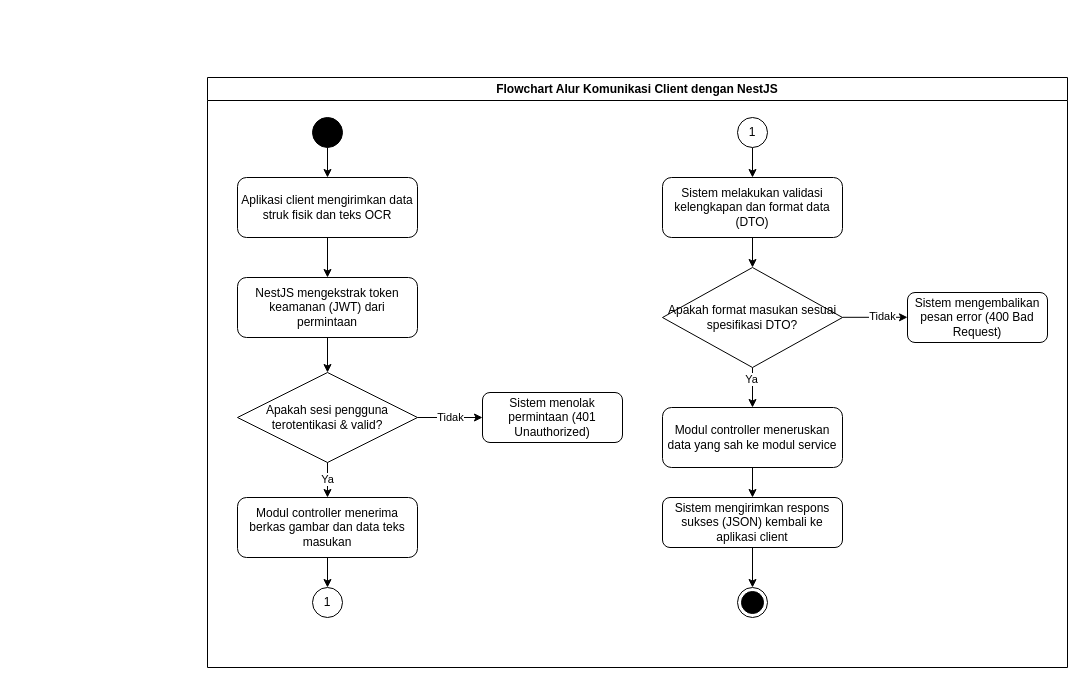
Above: docs/analisis-nest-js/flowchart-komunikasi-client.drawio in randy-ar/snap-notes-docs (draw.io), before the change. Source tidied: cells renumbered, new cells numbered last; positions are measured from the earlier drawing's top-left corner, leaving out a move shared by most shapes. Both pictures are drawn from the tidied source at 100%, with x=0, y=0 at pixel (207, 77).
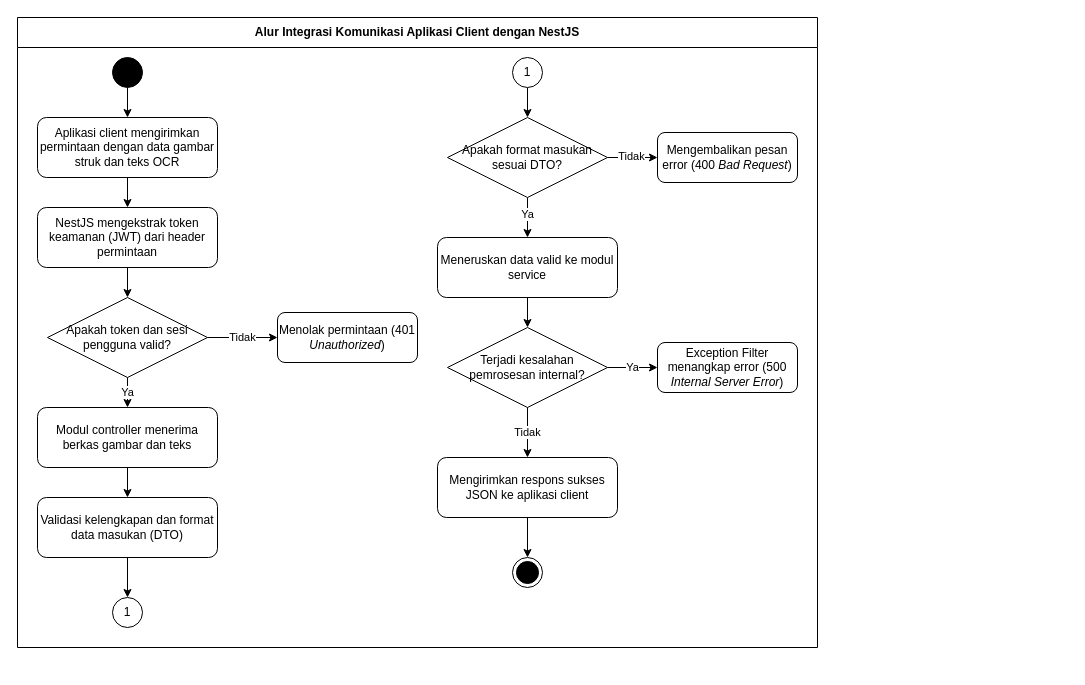
Above is the later version.

Commit message (it also covers changes not shown here):
docs: update NestJS analysis documentation and add supporting flowcharts

Change to the diagram source:
```diff
@@
-    <mxCell id="2" value="Flowchart Alur Komunikasi Client dengan NestJS" style="swimlane;whiteSpace=wrap;html=1;" parent="1" vertex="1">
-      <mxGeometry width="860" height="590" as="geometry" />
-    </mxCell>
-    <mxCell id="3" style="ellipse;fillColor=strokeColor;html=1;" parent="2" vertex="1">
-      <mxGeometry x="105" y="40" width="30" height="30" as="geometry" />
-    </mxCell>
-    <mxCell id="4" value="Aplikasi client mengirimkan data struk fisik dan teks OCR" style="rounded=1;whiteSpace=wrap;html=1;" parent="2" vertex="1">
-      <mxGeometry x="30" y="100" width="180" height="60" as="geometry" />
-    </mxCell>
-    <mxCell id="5" value="NestJS mengekstrak token keamanan (JWT) dari permintaan" style="rounded=1;whiteSpace=wrap;html=1;" parent="2" vertex="1">
-      <mxGeometry x="30" y="200" width="180" height="60" as="geometry" />
-    </mxCell>
-    <mxCell id="6" value="Apakah sesi pengguna terotentikasi &amp;amp; valid?" style="rhombus;whiteSpace=wrap;html=1;" parent="2" vertex="1">
-      <mxGeometry x="30" y="295" width="180" height="90" as="geometry" />
-    </mxCell>
-    <mxCell id="7" value="Sistem menolak permintaan (401 Unauthorized)" style="rounded=1;whiteSpace=wrap;html=1;" parent="2" vertex="1">
-      <mxGeometry x="275" y="315" width="140" height="50" as="geometry" />
-    </mxCell>
-    <mxCell id="8" value="Modul controller menerima berkas gambar dan data teks masukan" style="rounded=1;whiteSpace=wrap;html=1;" parent="2" vertex="1">
-      <mxGeometry x="30" y="420" width="180" height="60" as="geometry" />
-    </mxCell>
-    <mxCell id="9" style="edgeStyle=orthogonalEdgeStyle;rounded=0;jettySize=auto;html=1;" parent="2" edge="1" source="3" target="4">
-      <mxGeometry relative="1" as="geometry" />
-    </mxCell>
-    <mxCell id="10" style="edgeStyle=orthogonalEdgeStyle;rounded=0;jettySize=auto;html=1;" parent="2" edge="1" source="4" target="5">
-      <mxGeometry relative="1" as="geometry" />
-    </mxCell>
-    <mxCell id="11" style="edgeStyle=orthogonalEdgeStyle;rounded=0;jettySize=auto;html=1;" parent="2" edge="1" source="5" target="6">
-      <mxGeometry relative="1" as="geometry" />
-    </mxCell>
-    <mxCell id="12" value="Tidak" style="edgeStyle=orthogonalEdgeStyle;rounded=0;jettySize=auto;html=1;exitX=1;exitY=0.5;exitDx=0;exitDy=0;" parent="2" edge="1" source="6" target="7">
-      <mxGeometry relative="1" as="geometry" />
-    </mxCell>
-    <mxCell id="13" value="Ya" style="edgeStyle=orthogonalEdgeStyle;rounded=0;jettySize=auto;html=1;exitX=0.5;exitY=1;exitDx=0;exitDy=0;" parent="2" edge="1" source="6" target="8">
-      <mxGeometry relative="1" as="geometry" />
-    </mxCell>
-    <mxCell id="14" style="edgeStyle=orthogonalEdgeStyle;rounded=0;orthogonalLoop=1;jettySize=auto;html=1;" parent="2" edge="1">
-      <mxGeometry relative="1" as="geometry">
-        <mxPoint x="275" y="580" as="sourcePoint" />
-      </mxGeometry>
-    </mxCell>
-    <mxCell id="15" value="Tidak" style="edgeStyle=orthogonalEdgeStyle;rounded=0;orthogonalLoop=1;jettySize=auto;html=1;exitX=1;exitY=0.5;exitDx=0;exitDy=0;" parent="2" edge="1">
-      <mxGeometry relative="1" as="geometry">
-        <mxPoint x="365" y="660" as="sourcePoint" />
-      </mxGeometry>
-    </mxCell>
-    <mxCell id="16" value="Ya" style="edgeStyle=orthogonalEdgeStyle;rounded=0;orthogonalLoop=1;jettySize=auto;html=1;exitX=0.5;exitY=1;exitDx=0;exitDy=0;" parent="2" edge="1">
-      <mxGeometry relative="1" as="geometry">
-        <mxPoint x="275" y="710" as="sourcePoint" />
-      </mxGeometry>
-    </mxCell>
-    <mxCell id="17" style="edgeStyle=orthogonalEdgeStyle;rounded=0;orthogonalLoop=1;jettySize=auto;html=1;" parent="2" edge="1">
-      <mxGeometry relative="1" as="geometry">
-        <mxPoint x="275" y="810" as="sourcePoint" />
-      </mxGeometry>
-    </mxCell>
-    <mxCell id="18" style="edgeStyle=orthogonalEdgeStyle;rounded=0;orthogonalLoop=1;jettySize=auto;html=1;" parent="2" edge="1">
-      <mxGeometry relative="1" as="geometry">
-        <mxPoint x="275" y="890" as="sourcePoint" />
-      </mxGeometry>
-    </mxCell>
-    <mxCell id="19" style="edgeStyle=orthogonalEdgeStyle;rounded=0;jettySize=auto;html=1;" parent="2" edge="1" source="20" target="25">
-      <mxGeometry relative="1" as="geometry" />
-    </mxCell>
-    <mxCell id="20" value="Sistem melakukan validasi kelengkapan dan format data (DTO)" style="rounded=1;whiteSpace=wrap;html=1;" parent="2" vertex="1">
-      <mxGeometry x="455" y="100" width="180" height="60" as="geometry" />
-    </mxCell>
-    <mxCell id="21" style="edgeStyle=orthogonalEdgeStyle;rounded=0;jettySize=auto;html=1;" parent="2" edge="1" source="25" target="28">
-      <mxGeometry relative="1" as="geometry" />
-    </mxCell>
+    <mxCell id="36" value="Alur Integrasi Komunikasi Aplikasi Client dengan NestJS" style="swimlane;whiteSpace=wrap;html=1;startSize=30;" parent="1" vertex="1">
+      <mxGeometry x="-190" y="-60" width="800" height="630" as="geometry" />
+    </mxCell>
+    <mxCell id="37" style="ellipse;fillColor=strokeColor;html=1;" parent="36" vertex="1">
+      <mxGeometry x="95" y="40" width="30" height="30" as="geometry" />
+    </mxCell>
+    <mxCell id="38" value="Aplikasi client mengirimkan permintaan dengan data gambar struk dan teks OCR" style="rounded=1;whiteSpace=wrap;html=1;" parent="36" vertex="1">
+      <mxGeometry x="20" y="100" width="180" height="60" as="geometry" />
+    </mxCell>
+    <mxCell id="39" value="NestJS mengekstrak token keamanan (JWT) dari header permintaan" style="rounded=1;whiteSpace=wrap;html=1;" parent="36" vertex="1">
+      <mxGeometry x="20" y="190" width="180" height="60" as="geometry" />
+    </mxCell>
+    <mxCell id="40" value="Apakah token dan sesi pengguna valid?" style="rhombus;whiteSpace=wrap;html=1;" parent="36" vertex="1">
+      <mxGeometry x="30" y="280" width="160" height="80" as="geometry" />
+    </mxCell>
+    <mxCell id="41" value="Menolak permintaan (401 &lt;i&gt;Unauthorized&lt;/i&gt;)" style="rounded=1;whiteSpace=wrap;html=1;" parent="36" vertex="1">
+      <mxGeometry x="260" y="295" width="140" height="50" as="geometry" />
+    </mxCell>
+    <mxCell id="42" value="Modul controller menerima berkas gambar dan teks" style="rounded=1;whiteSpace=wrap;html=1;" parent="36" vertex="1">
+      <mxGeometry x="20" y="390" width="180" height="60" as="geometry" />
+    </mxCell>
+    <mxCell id="43" value="Validasi kelengkapan dan format data masukan (DTO)" style="rounded=1;whiteSpace=wrap;html=1;" parent="36" vertex="1">
+      <mxGeometry x="20" y="480" width="180" height="60" as="geometry" />
+    </mxCell>
+    <mxCell id="44" value="1" style="ellipse;whiteSpace=wrap;html=1;" parent="36" vertex="1">
+      <mxGeometry x="95" y="580" width="30" height="30" as="geometry" />
+    </mxCell>
+    <mxCell id="45" style="edgeStyle=orthogonalEdgeStyle;rounded=0;jettySize=auto;html=1;" parent="36" edge="1" source="46" target="66">
+      <mxGeometry relative="1" as="geometry" />
+    </mxCell>
+    <mxCell id="46" value="1" style="ellipse;whiteSpace=wrap;html=1;" parent="36" vertex="1">
+      <mxGeometry x="495" y="40" width="30" height="30" as="geometry" />
+    </mxCell>
+    <mxCell id="47" value="Meneruskan data valid ke modul service" style="rounded=1;whiteSpace=wrap;html=1;" parent="36" vertex="1">
+      <mxGeometry x="420" y="220" width="180" height="60" as="geometry" />
+    </mxCell>
+    <mxCell id="48" value="Terjadi kesalahan pemrosesan internal?" style="rhombus;whiteSpace=wrap;html=1;" parent="36" vertex="1">
+      <mxGeometry x="430" y="310" width="160" height="80" as="geometry" />
+    </mxCell>
+    <mxCell id="49" value="Exception Filter menangkap error (500 &lt;i&gt;Internal Server Error&lt;/i&gt;)" style="rounded=1;whiteSpace=wrap;html=1;" parent="36" vertex="1">
+      <mxGeometry x="640" y="325" width="140" height="50" as="geometry" />
+    </mxCell>
+    <mxCell id="50" value="Mengirimkan respons sukses JSON ke aplikasi client" style="rounded=1;whiteSpace=wrap;html=1;" parent="36" vertex="1">
+      <mxGeometry x="420" y="440" width="180" height="60" as="geometry" />
+    </mxCell>
+    <mxCell id="51" style="ellipse;html=1;shape=endState;fillColor=strokeColor;" parent="36" vertex="1">
+      <mxGeometry x="495" y="540" width="30" height="30" as="geometry" />
+    </mxCell>
+    <mxCell id="52" style="edgeStyle=orthogonalEdgeStyle;rounded=0;jettySize=auto;html=1;" parent="36" edge="1" source="37" target="38">
+      <mxGeometry relative="1" as="geometry" />
+    </mxCell>
+    <mxCell id="53" style="edgeStyle=orthogonalEdgeStyle;rounded=0;jettySize=auto;html=1;" parent="36" edge="1" source="38" target="39">
+      <mxGeometry relative="1" as="geometry" />
+    </mxCell>
+    <mxCell id="54" style="edgeStyle=orthogonalEdgeStyle;rounded=0;jettySize=auto;html=1;" parent="36" edge="1" source="39" target="40">
+      <mxGeometry relative="1" as="geometry" />
+    </mxCell>
+    <mxCell id="55" value="Tidak" style="edgeStyle=orthogonalEdgeStyle;rounded=0;jettySize=auto;html=1;exitX=1;exitY=0.5;" parent="36" edge="1" source="40" target="41">
+      <mxGeometry relative="1" as="geometry" />
+    </mxCell>
+    <mxCell id="56" value="Ya" style="edgeStyle=orthogonalEdgeStyle;rounded=0;jettySize=auto;html=1;exitX=0.5;exitY=1;" parent="36" edge="1" source="40" target="42">
+      <mxGeometry relative="1" as="geometry" />
+    </mxCell>
+    <mxCell id="57" style="edgeStyle=orthogonalEdgeStyle;rounded=0;jettySize=auto;html=1;" parent="36" edge="1" source="42" target="43">
+      <mxGeometry relative="1" as="geometry" />
+    </mxCell>
+    <mxCell id="58" style="edgeStyle=orthogonalEdgeStyle;rounded=0;jettySize=auto;html=1;" parent="36" edge="1" source="43" target="44">
+      <mxGeometry relative="1" as="geometry" />
+    </mxCell>
+    <mxCell id="59" value="Tidak" style="edgeStyle=orthogonalEdgeStyle;rounded=0;orthogonalLoop=1;jettySize=auto;html=1;exitX=1;exitY=0.5;" parent="36" edge="1">
+      <mxGeometry relative="1" as="geometry">
+        <mxPoint x="190" y="610" as="sourcePoint" />
+      </mxGeometry>
+    </mxCell>
+    <mxCell id="60" style="edgeStyle=orthogonalEdgeStyle;rounded=0;jettySize=auto;html=1;" parent="36" edge="1" source="47" target="48">
+      <mxGeometry relative="1" as="geometry" />
+    </mxCell>
+    <mxCell id="61" value="Ya" style="edgeStyle=orthogonalEdgeStyle;rounded=0;jettySize=auto;html=1;exitX=1;exitY=0.5;" parent="36" edge="1" source="48" target="49">
+      <mxGeometry relative="1" as="geometry" />
+    </mxCell>
+    <mxCell id="62" value="Tidak" style="edgeStyle=orthogonalEdgeStyle;rounded=0;jettySize=auto;html=1;exitX=0.5;exitY=1;" parent="36" edge="1" source="48" target="50">
+      <mxGeometry relative="1" as="geometry" />
+    </mxCell>
+    <mxCell id="63" style="edgeStyle=orthogonalEdgeStyle;rounded=0;jettySize=auto;html=1;" parent="36" edge="1" source="50" target="51">
+      <mxGeometry relative="1" as="geometry" />
+    </mxCell>
+    <mxCell id="64" style="edgeStyle=orthogonalEdgeStyle;rounded=0;jettySize=auto;html=1;" parent="36" edge="1" source="66" target="67">
+      <mxGeometry relative="1" as="geometry" />
+    </mxCell>
+    <mxCell id="24" value="Tidak" style="edgeLabel;html=1;align=center;verticalAlign=middle;" parent="64" vertex="1">
+      <mxGeometry x="-0.1" y="2" relative="1" as="geometry" />
+    </mxCell>
+    <mxCell id="65" style="edgeStyle=orthogonalEdgeStyle;rounded=0;jettySize=auto;html=1;" parent="36" edge="1" source="66" target="47">
+      <mxGeometry relative="1" as="geometry" />
+    </mxCell>
-    <mxCell id="22" value="Ya" style="edgeLabel;html=1;align=center;verticalAlign=middle;" parent="21" vertex="1">
-      <mxGeometry x="-0.46" y="-2" relative="1" as="geometry" />
+    <mxCell id="22" value="Ya" style="edgeLabel;html=1;align=center;verticalAlign=middle;" parent="65" vertex="1">
+      <mxGeometry x="-0.19" y="-1" relative="1" as="geometry" />
     </mxCell>
-    <mxCell id="23" style="edgeStyle=orthogonalEdgeStyle;rounded=0;orthogonalLoop=1;jettySize=auto;html=1;" parent="2" edge="1">
-      <mxGeometry relative="1" as="geometry">
-        <mxPoint x="635" y="239.8" as="sourcePoint" />
-        <mxPoint x="700" y="239.8" as="targetPoint" />
-        <Array as="points">
-          <mxPoint x="680" y="239.8" />
-          <mxPoint x="680" y="239.8" />
-        </Array>
-      </mxGeometry>
-    </mxCell>
-    <mxCell id="24" value="Tidak" style="edgeLabel;html=1;align=center;verticalAlign=middle;" parent="23" vertex="1">
-      <mxGeometry x="0.2" y="1" relative="1" as="geometry" />
-    </mxCell>
-    <mxCell id="25" value="Apakah format masukan sesuai spesifikasi DTO?" style="rhombus;whiteSpace=wrap;html=1;" parent="2" vertex="1">
-      <mxGeometry x="455" y="190" width="180" height="100" as="geometry" />
-    </mxCell>
-    <mxCell id="26" value="Sistem mengembalikan pesan error (400 Bad Request)" style="rounded=1;whiteSpace=wrap;html=1;" parent="2" vertex="1">
-      <mxGeometry x="700" y="215" width="140" height="50" as="geometry" />
-    </mxCell>
-    <mxCell id="27" style="edgeStyle=orthogonalEdgeStyle;rounded=0;jettySize=auto;html=1;" parent="2" edge="1" source="28" target="30">
-      <mxGeometry relative="1" as="geometry" />
-    </mxCell>
-    <mxCell id="28" value="Modul controller meneruskan data yang sah ke modul service" style="rounded=1;whiteSpace=wrap;html=1;" parent="2" vertex="1">
-      <mxGeometry x="455" y="330" width="180" height="60" as="geometry" />
-    </mxCell>
-    <mxCell id="29" style="edgeStyle=orthogonalEdgeStyle;rounded=0;jettySize=auto;html=1;" parent="2" edge="1" source="30" target="31">
-      <mxGeometry relative="1" as="geometry" />
-    </mxCell>
-    <mxCell id="30" value="Sistem mengirimkan respons sukses (JSON) kembali ke aplikasi client" style="rounded=1;whiteSpace=wrap;html=1;" parent="2" vertex="1">
-      <mxGeometry x="455" y="420" width="180" height="50" as="geometry" />
-    </mxCell>
-    <mxCell id="31" style="ellipse;html=1;shape=endState;fillColor=strokeColor;" parent="2" vertex="1">
-      <mxGeometry x="530" y="510" width="30" height="30" as="geometry" />
-    </mxCell>
-    <mxCell id="32" style="edgeStyle=orthogonalEdgeStyle;rounded=0;jettySize=auto;html=1;" parent="2" edge="1" source="8" target="33">
-      <mxGeometry relative="1" as="geometry" />
-    </mxCell>
-    <mxCell id="33" value="1" style="ellipse;whiteSpace=wrap;html=1;" parent="2" vertex="1">
-      <mxGeometry x="105" y="510" width="30" height="30" as="geometry" />
-    </mxCell>
-    <mxCell id="34" style="edgeStyle=orthogonalEdgeStyle;rounded=0;jettySize=auto;html=1;" parent="2" edge="1" source="35" target="20">
-      <mxGeometry relative="1" as="geometry" />
-    </mxCell>
-    <mxCell id="35" value="1" style="ellipse;whiteSpace=wrap;html=1;" parent="2" vertex="1">
-      <mxGeometry x="530" y="40" width="30" height="30" as="geometry" />
-    </mxCell>
+    <mxCell id="66" value="Apakah format masukan sesuai DTO?" style="rhombus;whiteSpace=wrap;html=1;" parent="36" vertex="1">
+      <mxGeometry x="430" y="100" width="160" height="80" as="geometry" />
+    </mxCell>
+    <mxCell id="67" value="Mengembalikan pesan error (400 &lt;i&gt;Bad Request&lt;/i&gt;)" style="rounded=1;whiteSpace=wrap;html=1;" parent="36" vertex="1">
+      <mxGeometry x="640" y="115" width="140" height="50" as="geometry" />
+    </mxCell>
```
